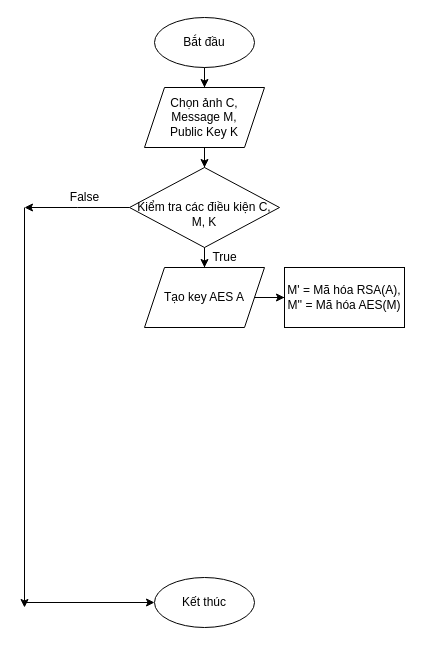
Above: Untitled Diagram.drawio in DEVRHEL/Steganography (draw.io), before the change. Source tidied: cells renumbered, new cells numbered last; positions are measured from the earlier drawing's top-left corner, leaving out a move shared by most shapes. Both pictures are drawn from the tidied source at 100%, with x=0, y=0 at pixel (24, 17).
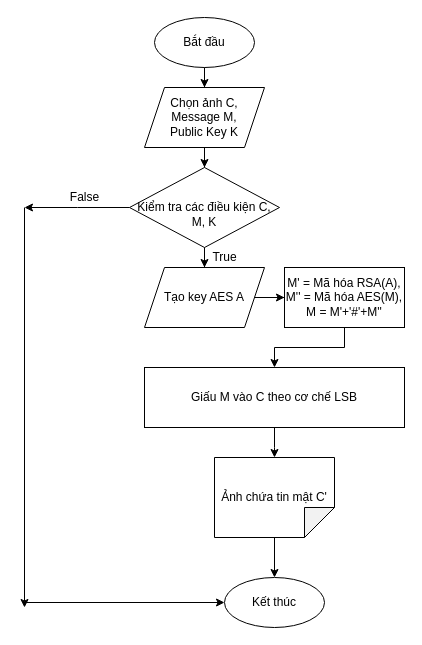
After the change.

Diff of the diagram source:
```diff
@@
     <mxCell id="9" value="Kết thúc&lt;br&gt;" style="ellipse;whiteSpace=wrap;html=1;" parent="1" vertex="1">
-      <mxGeometry x="130" y="560" width="100" height="50" as="geometry" />
+      <mxGeometry x="200" y="560" width="100" height="50" as="geometry" />
     </mxCell>
@@
+    <mxCell id="17" style="edgeStyle=orthogonalEdgeStyle;rounded=0;jettySize=auto;html=1;entryX=0.5;entryY=0;entryDx=0;entryDy=0;" parent="1" edge="1" source="16" target="19">
+      <mxGeometry relative="1" as="geometry" />
+    </mxCell>
-    <mxCell id="16" value="M' = Mã hóa RSA(A),&lt;br&gt;M'' = Mã hóa AES(M)" style="rounded=0;whiteSpace=wrap;html=1;" parent="1" vertex="1">
+    <mxCell id="16" value="M' = Mã hóa RSA(A),&lt;br&gt;M'' = Mã hóa AES(M),&lt;br&gt;M = M'+'#'+M''" style="rounded=0;whiteSpace=wrap;html=1;" parent="1" vertex="1">
       <mxGeometry x="260" y="250" width="120" height="60" as="geometry" />
     </mxCell>
+    <mxCell id="18" style="edgeStyle=orthogonalEdgeStyle;rounded=0;jettySize=auto;html=1;" parent="1" edge="1" source="19">
+      <mxGeometry relative="1" as="geometry">
+        <mxPoint x="250" y="440" as="targetPoint" />
+      </mxGeometry>
+    </mxCell>
+    <mxCell id="19" value="Giấu M vào C theo cơ chế LSB" style="rounded=0;whiteSpace=wrap;html=1;" parent="1" vertex="1">
+      <mxGeometry x="120" y="350" width="260" height="60" as="geometry" />
+    </mxCell>
+    <mxCell id="20" style="edgeStyle=orthogonalEdgeStyle;rounded=0;jettySize=auto;html=1;entryX=0.5;entryY=0;entryDx=0;entryDy=0;" parent="1" edge="1" source="21" target="9">
+      <mxGeometry relative="1" as="geometry" />
+    </mxCell>
+    <mxCell id="21" value="Ảnh chứa tin mật C'" style="shape=note;whiteSpace=wrap;html=1;backgroundOutline=1;darkOpacity=0.05;direction=south;" parent="1" vertex="1">
+      <mxGeometry x="190" y="440" width="120" height="80" as="geometry" />
+    </mxCell>
```
